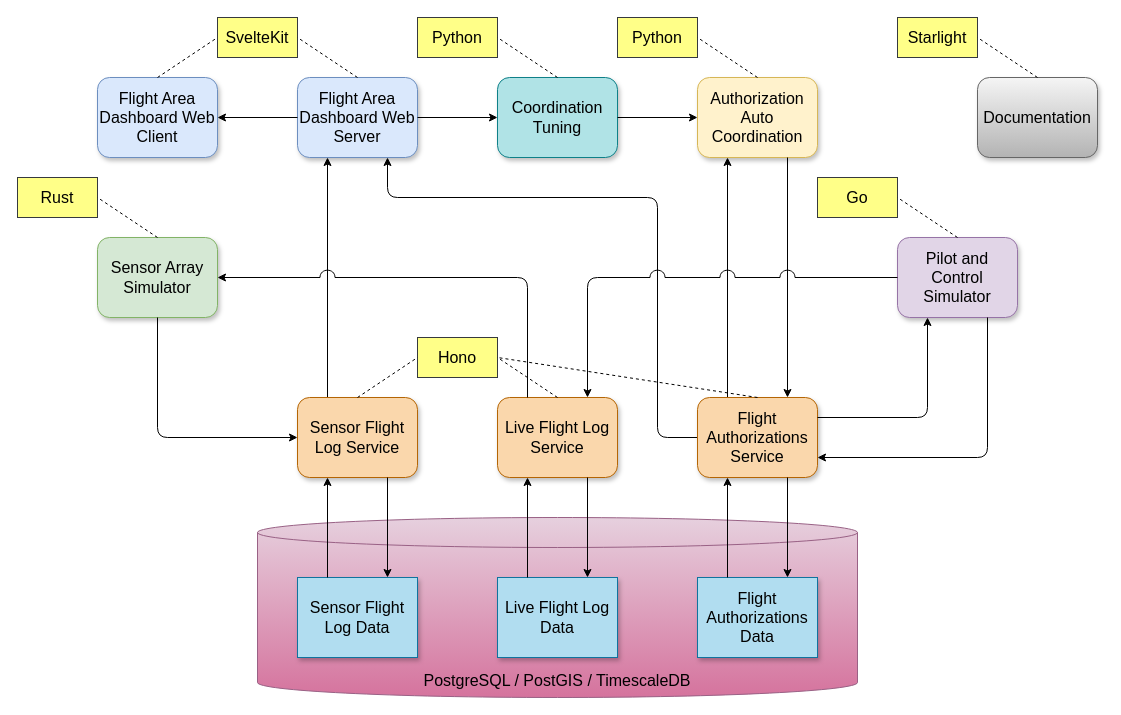
Earlier version of the draw.io diagram page "Overview-OLD" (1 of 3) of documentation/_diagrams/utmimic-architecture.drawio (martin-nordberg/utmimic). Source tidied: cells renumbered, new cells numbered last; positions are measured from the earlier drawing's top-left corner, leaving out a move shared by most shapes. Both pictures are drawn from the tidied source at 100%, with x=0, y=0 at pixel (17, 17).
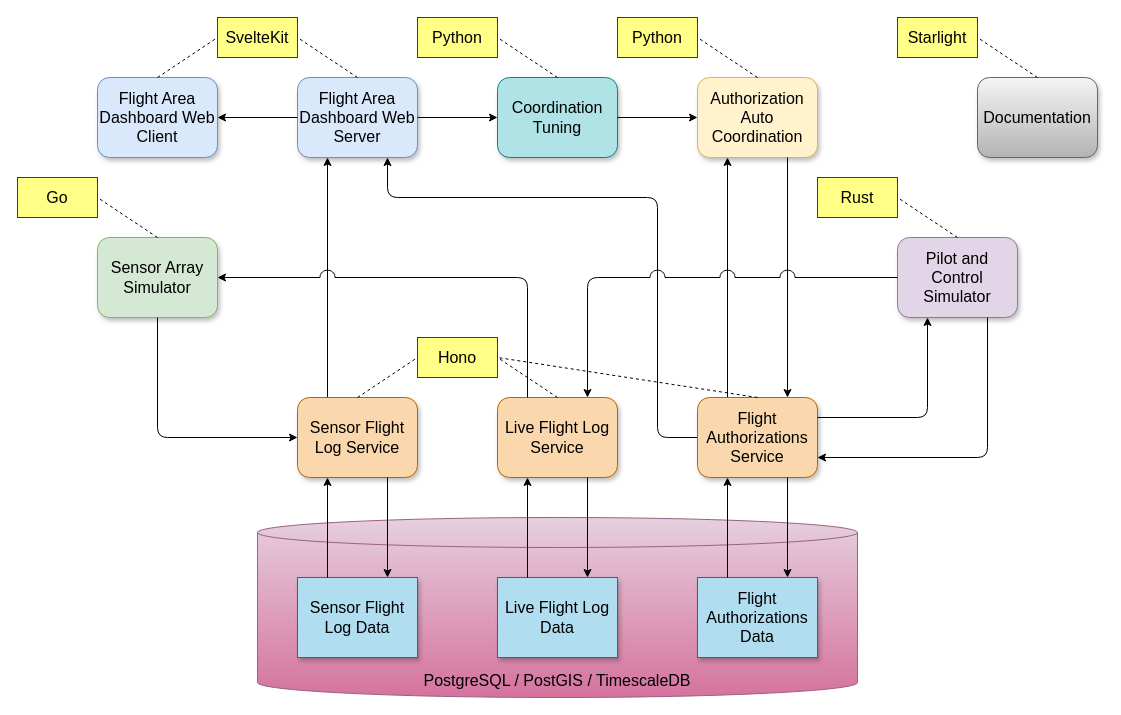
The same page after the edit.

Commit message (it also covers changes not shown here):
Add weather schema, weather_service spec, and drone_registrations schema

Diff of the diagram source:
```diff
@@
-    <mxCell id="44" value="Rust" style="rounded=0;whiteSpace=wrap;html=1;fontSize=16;fillColor=#ffff88;strokeColor=#36393d;" parent="1" vertex="1">
+    <mxCell id="44" value="Go" style="rounded=0;whiteSpace=wrap;html=1;fontSize=16;fillColor=#ffff88;strokeColor=#36393d;" parent="1" vertex="1">
       <mxGeometry y="160" width="80" height="40" as="geometry" />
     </mxCell>
@@
-    <mxCell id="46" value="Go" style="rounded=0;whiteSpace=wrap;html=1;fontSize=16;fillColor=#ffff88;strokeColor=#36393d;" parent="1" vertex="1">
+    <mxCell id="46" value="Rust" style="rounded=0;whiteSpace=wrap;html=1;fontSize=16;fillColor=#ffff88;strokeColor=#36393d;" parent="1" vertex="1">
       <mxGeometry x="800" y="160" width="80" height="40" as="geometry" />
     </mxCell>
```
